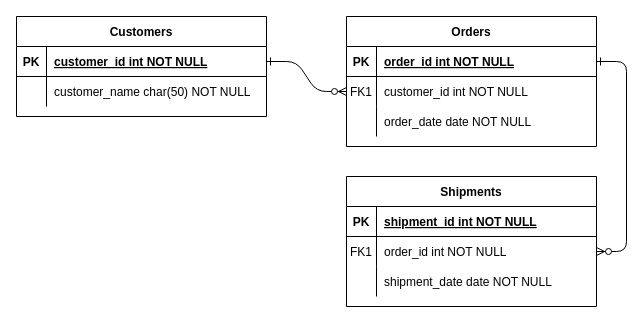
Above: 湘雅一银屑病系统.drawio in leic-github/diagrams (draw.io), before the change. Source tidied: cells renumbered, new cells numbered last; positions are measured from the earlier drawing's top-left corner, leaving out a move shared by most shapes. Both pictures are drawn from the tidied source at 100%, with x=0, y=0 at pixel (16, 16).
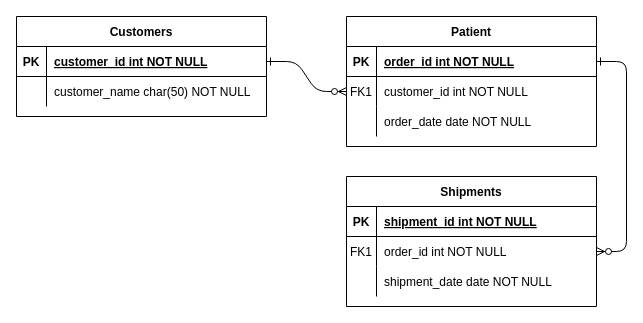
Above is the later version.

Commit message:
更新湘雅一银屑病系统.drawio

What changed in the source:
```diff
@@
-    <mxCell id="4" value="Orders" style="shape=table;startSize=30;childLayout=tableLayout;rowLines=0;fontStyle=1;align=center;" parent="1" vertex="1">
+    <mxCell id="4" value="Patient" style="shape=table;startSize=30;childLayout=tableLayout;rowLines=0;fontStyle=1;align=center;" parent="1" vertex="1">
       <mxGeometry x="330" width="250" height="130" as="geometry" />
     </mxCell>
```
